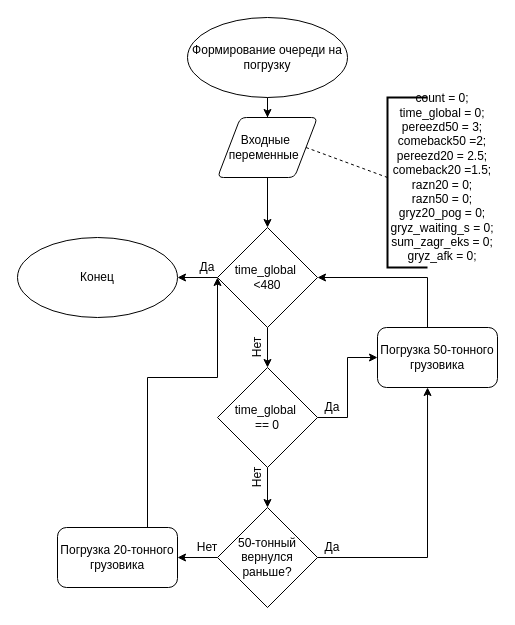
Earlier version of the draw.io diagram Untitled Diagram.drawio (monsegard/praktik). Source tidied: cells renumbered, new cells numbered last; positions are measured from the earlier drawing's top-left corner, leaving out a move shared by most shapes. Both pictures are drawn from the tidied source at 100%, with x=0, y=0 at pixel (17, 17).
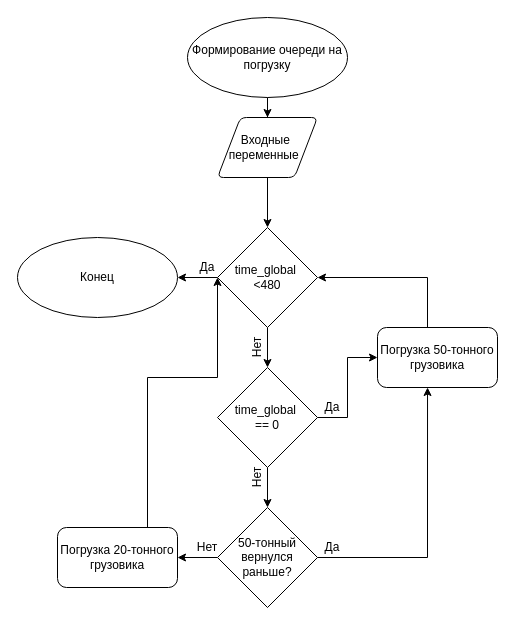
Above is the later version.

The change refers to these unchanged cells:
```xml
<mxCell id="5" value="Входные&amp;nbsp;&lt;br&gt;переменные&amp;nbsp;&amp;nbsp;" style="shape=parallelogram;html=1;strokeWidth=1;perimeter=parallelogramPerimeter;whiteSpace=wrap;rounded=1;arcSize=12;size=0.23;" parent="1" vertex="1">
  <mxGeometry x="200" y="100" width="100" height="60" as="geometry" />
</mxCell>
```

Diff of the diagram source:
```diff
@@
-    <mxCell id="6" style="strokeWidth=2;html=1;shape=mxgraph.flowchart.annotation_1;align=left;" parent="1" vertex="1">
-      <mxGeometry x="370" y="80" width="40" height="170" as="geometry" />
-    </mxCell>
-    <mxCell id="7" value="&lt;div&gt;count = 0;&lt;/div&gt;&lt;div&gt;time_global = 0;&lt;/div&gt;&lt;div&gt;pereezd50 = 3;&lt;/div&gt;&lt;div&gt;comeback50 =2;&lt;/div&gt;&lt;div&gt;pereezd20 = 2.5;&lt;/div&gt;&lt;div&gt;comeback20 =1.5;&lt;/div&gt;&lt;div&gt;razn20 = 0;&lt;/div&gt;&lt;div&gt;razn50 = 0;&lt;/div&gt;&lt;div&gt;gryz20_pog = 0;&lt;/div&gt;&lt;div&gt;gryz_waiting_s = 0;&lt;/div&gt;&lt;div&gt;sum_zagr_eks = 0;&lt;/div&gt;&lt;div&gt;gryz_afk = 0;&lt;/div&gt;" style="text;html=1;strokeColor=none;fillColor=none;align=center;verticalAlign=middle;whiteSpace=wrap;rounded=0;" parent="1" vertex="1">
-      <mxGeometry x="370" y="85" width="110" height="150" as="geometry" />
-    </mxCell>
-    <mxCell id="8" style="endArrow=none;dashed=1;html=1;entryX=0;entryY=0.5;entryDx=0;entryDy=0;exitX=1;exitY=0.5;exitDx=0;exitDy=0;" parent="1" edge="1" source="5" target="7">
-      <mxGeometry relative="1" as="geometry" />
-    </mxCell>
```
